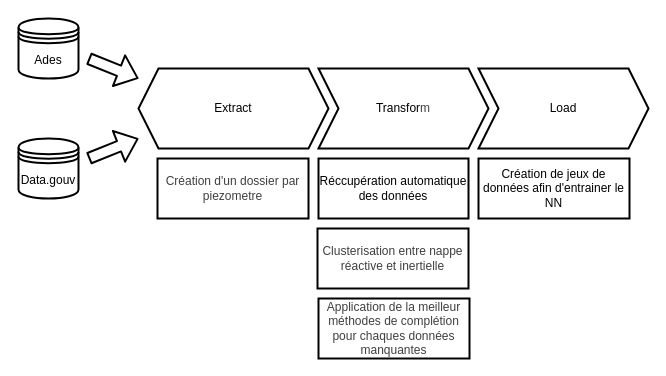
Earlier version of the draw.io diagram page "Schéma ETL" (2 of 4) of schemas.drawio (TronnoxUwU/STAGE-Junon). Source tidied: cells renumbered, new cells numbered last; positions are measured from the earlier drawing's top-left corner, leaving out a move shared by most shapes. Both pictures are drawn from the tidied source at 100%, with x=0, y=0 at pixel (18, 18).
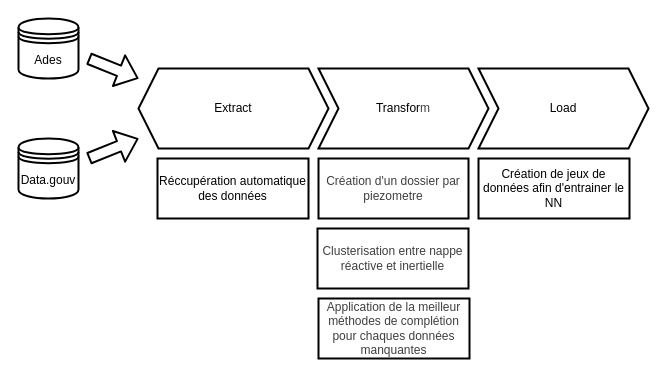
The same diagram, later.

What changed in the source:
```diff
@@
 <mxGraphModel>
   <root>
     <mxCell id="0" />
     <mxCell id="1" parent="0" />
     <mxCell id="2" value="Extract" style="shape=hexagon;perimeter=hexagonPerimeter2;whiteSpace=wrap;html=1;fixedSize=1;strokeWidth=2;" parent="1" vertex="1">
       <mxGeometry x="120" y="50" width="190" height="80" as="geometry" />
     </mxCell>
     <mxCell id="3" value="Ades" style="shape=datastore;whiteSpace=wrap;html=1;strokeWidth=2;" parent="1" vertex="1">
       <mxGeometry width="60" height="60" as="geometry" />
     </mxCell>
     <mxCell id="4" value="Data.gouv" style="shape=datastore;whiteSpace=wrap;html=1;strokeWidth=2;" parent="1" vertex="1">
       <mxGeometry y="120" width="60" height="60" as="geometry" />
     </mxCell>
     <mxCell id="5" style="shape=flexArrow;endArrow=classic;html=1;strokeWidth=2;" parent="1" edge="1">
       <mxGeometry relative="1" as="geometry">
         <mxPoint x="70" y="140" as="sourcePoint" />
         <mxPoint x="120" y="120" as="targetPoint" />
       </mxGeometry>
     </mxCell>
     <mxCell id="6" style="shape=flexArrow;endArrow=classic;html=1;strokeWidth=2;" parent="1" edge="1">
       <mxGeometry relative="1" as="geometry">
         <mxPoint x="70" y="40" as="sourcePoint" />
         <mxPoint x="120" y="60" as="targetPoint" />
       </mxGeometry>
     </mxCell>
     <mxCell id="7" value="Transfor&lt;span style=&quot;color: rgb(63, 63, 63); background-color: transparent;&quot;&gt;m&lt;/span&gt;" style="shape=step;perimeter=stepPerimeter;whiteSpace=wrap;html=1;fixedSize=1;strokeWidth=2;" parent="1" vertex="1">
       <mxGeometry x="300" y="50" width="170" height="80" as="geometry" />
     </mxCell>
     <mxCell id="8" value="Load" style="shape=step;perimeter=stepPerimeter;whiteSpace=wrap;html=1;fixedSize=1;strokeWidth=2;" parent="1" vertex="1">
       <mxGeometry x="460" y="50" width="170" height="80" as="geometry" />
     </mxCell>
-    <mxCell id="9" value="&lt;span style=&quot;color: rgb(0, 0, 0); text-align: left;&quot;&gt;Réccupération automatique des données&lt;/span&gt;" style="rounded=0;whiteSpace=wrap;html=1;strokeWidth=2;" parent="1" vertex="1">
+    <mxCell id="9" value="&lt;span style=&quot;color: rgb(63, 63, 63); text-align: left;&quot;&gt;Création d'un dossier par piezometre&lt;/span&gt;" style="rounded=0;whiteSpace=wrap;html=1;strokeWidth=2;" parent="1" vertex="1">
       <mxGeometry x="300" y="140" width="150" height="60" as="geometry" />
     </mxCell>
-    <mxCell id="10" value="&lt;span style=&quot;background-color: transparent; color: rgb(63, 63, 63); text-align: left;&quot;&gt;Création d'un dossier par piezometre&lt;/span&gt;" style="rounded=0;whiteSpace=wrap;html=1;strokeWidth=2;" parent="1" vertex="1">
+    <mxCell id="10" value="&lt;span style=&quot;color: rgb(0, 0, 0); text-align: left;&quot;&gt;Réccupération automatique des données&lt;/span&gt;" style="rounded=0;whiteSpace=wrap;html=1;strokeWidth=2;" parent="1" vertex="1">
       <mxGeometry x="139" y="140" width="151" height="60" as="geometry" />
     </mxCell>
     <mxCell id="11" value="&lt;span style=&quot;text-align: left; background-color: transparent;&quot;&gt;Création de jeux de données afin d'entrainer le NN&lt;/span&gt;" style="rounded=0;whiteSpace=wrap;html=1;strokeWidth=2;" parent="1" vertex="1">
       <mxGeometry x="460" y="140" width="151" height="60" as="geometry" />
     </mxCell>
     <mxCell id="12" value="&lt;span style=&quot;background-color: transparent; color: rgb(63, 63, 63); text-align: left;&quot;&gt;Clusterisation entre nappe réactive et inertielle&lt;/span&gt;" style="rounded=0;whiteSpace=wrap;html=1;strokeWidth=2;" parent="1" vertex="1">
       <mxGeometry x="299" y="210" width="151" height="60" as="geometry" />
     </mxCell>
     <mxCell id="13" value="&lt;span style=&quot;color: rgb(63, 63, 63); text-align: left; background-color: transparent;&quot;&gt;Application de la meilleur méthodes de complétion pour chaques données manquantes&lt;/span&gt;" style="rounded=0;whiteSpace=wrap;html=1;strokeWidth=2;" parent="1" vertex="1">
       <mxGeometry x="300" y="280" width="151" height="60" as="geometry" />
     </mxCell>
   </root>
 </mxGraphModel>
```
